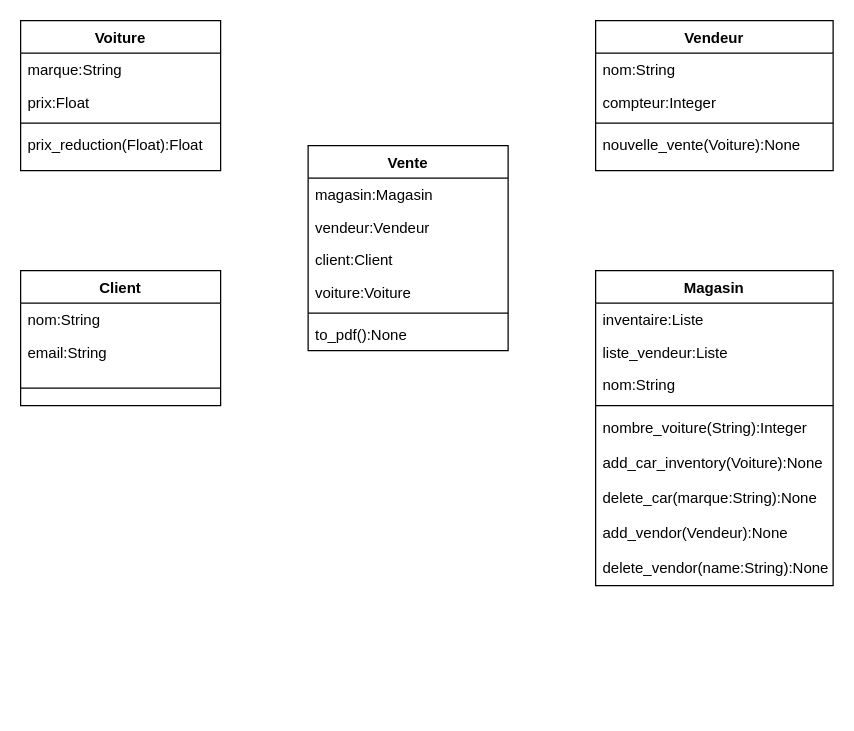
This is Diagramme sans nom.drawio from Lohofora/Programmation-orient-e-objet, a draw.io file, before an edit. Source tidied: cells renumbered, new cells numbered last; positions are measured from the earlier drawing's top-left corner, leaving out a move shared by most shapes. Both pictures are drawn from the tidied source at 125%, with x=0, y=0 at pixel (20, 20).
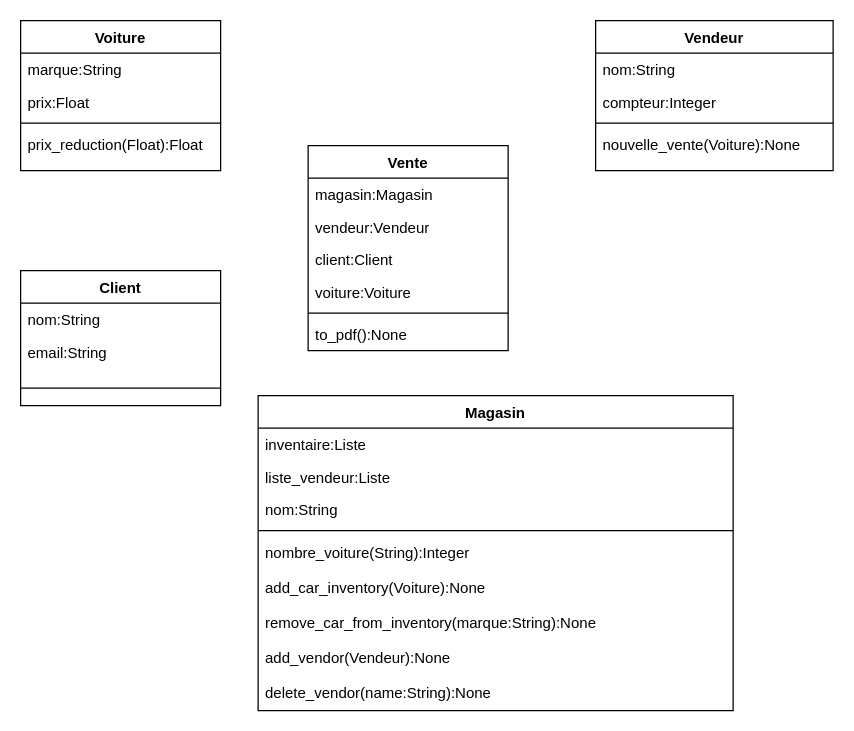
The same diagram, later.

Commit message:
Mettre à jour Diagramme sans nom.drawio

The edit, as a diff of the source:
```diff
@@
     <mxCell id="7" value="Magasin" style="swimlane;fontStyle=1;align=center;verticalAlign=top;horizontal=1;startSize=26;rounded=0;shadow=0;strokeWidth=1;" parent="1" vertex="1">
-      <mxGeometry x="460" y="200" width="190" height="252" as="geometry" />
+      <mxGeometry x="190" y="300" width="380" height="252" as="geometry" />
     </mxCell>
     <mxCell id="8" value="inventaire:Liste" style="text;align=left;verticalAlign=top;spacingLeft=4;spacingRight=4;overflow=hidden;" parent="7" vertex="1">
-      <mxGeometry y="26" width="190" height="26" as="geometry" />
+      <mxGeometry y="26" width="380" height="26" as="geometry" />
     </mxCell>
     <mxCell id="9" value="liste_vendeur:Liste" style="text;align=left;verticalAlign=top;spacingLeft=4;spacingRight=4;overflow=hidden;" parent="7" vertex="1">
-      <mxGeometry y="52" width="190" height="26" as="geometry" />
+      <mxGeometry y="52" width="380" height="26" as="geometry" />
     </mxCell>
     <mxCell id="10" value="nom:String" style="text;align=left;verticalAlign=top;spacingLeft=4;spacingRight=4;overflow=hidden;" parent="7" vertex="1">
-      <mxGeometry y="78" width="190" height="26" as="geometry" />
+      <mxGeometry y="78" width="380" height="26" as="geometry" />
     </mxCell>
     <mxCell id="11" style="line;html=1;strokeWidth=1;align=left;verticalAlign=middle;spacingTop=-1;spacingLeft=3;spacingRight=3;labelPosition=right;" parent="7" vertex="1">
-      <mxGeometry y="104" width="190" height="8" as="geometry" />
+      <mxGeometry y="104" width="380" height="8" as="geometry" />
     </mxCell>
     <mxCell id="12" value="nombre_voiture(String):Integer" style="text;align=left;verticalAlign=top;spacingLeft=4;spacingRight=4;overflow=hidden;" parent="7" vertex="1">
-      <mxGeometry y="112" width="190" height="28" as="geometry" />
+      <mxGeometry y="112" width="380" height="28" as="geometry" />
     </mxCell>
     <mxCell id="13" value="add_car_inventory(Voiture):None" style="text;align=left;verticalAlign=top;spacingLeft=4;spacingRight=4;overflow=hidden;" parent="7" vertex="1">
-      <mxGeometry y="140" width="190" height="28" as="geometry" />
+      <mxGeometry y="140" width="380" height="28" as="geometry" />
     </mxCell>
-    <mxCell id="14" value="delete_car(marque:String):None" style="text;align=left;verticalAlign=top;spacingLeft=4;spacingRight=4;overflow=hidden;" parent="7" vertex="1">
-      <mxGeometry y="168" width="190" height="28" as="geometry" />
+    <mxCell id="14" value="remove_car_from_inventory(marque:String):None" style="text;align=left;verticalAlign=top;spacingLeft=4;spacingRight=4;overflow=hidden;" parent="7" vertex="1">
+      <mxGeometry y="168" width="380" height="28" as="geometry" />
     </mxCell>
     <mxCell id="15" value="add_vendor(Vendeur):None" style="text;align=left;verticalAlign=top;spacingLeft=4;spacingRight=4;overflow=hidden;" parent="7" vertex="1">
-      <mxGeometry y="196" width="190" height="28" as="geometry" />
+      <mxGeometry y="196" width="380" height="28" as="geometry" />
     </mxCell>
     <mxCell id="16" value="delete_vendor(name:String):None" style="text;align=left;verticalAlign=top;spacingLeft=4;spacingRight=4;overflow=hidden;" parent="7" vertex="1">
-      <mxGeometry y="224" width="190" height="28" as="geometry" />
+      <mxGeometry y="224" width="380" height="28" as="geometry" />
     </mxCell>
```
